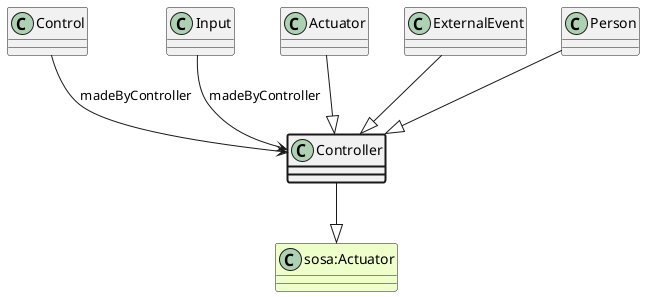
Above: ttl_uml/ttl_appn_Controller.png in aus-plant-phenomics-network/appn-schema (PlantUML), before the change.
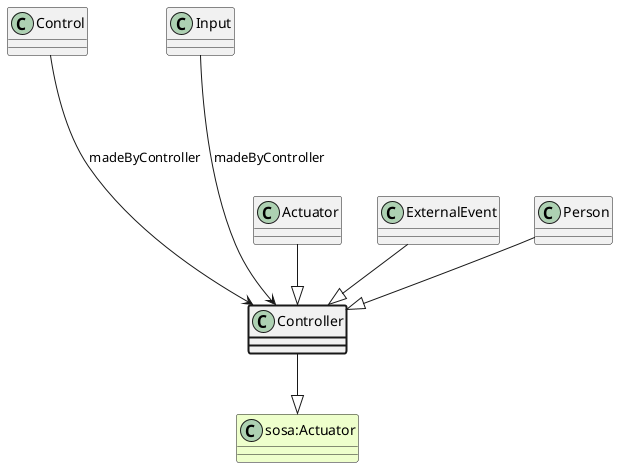
After the change.

What changed in the source:
```diff
@@ -3,9 +3,9 @@
 class "sosa:Actuator" #EEFFCC
 Controller --|> "sosa:Actuator"
 class Control
-Control --> Controller : madeByController
+Control ----> Controller : madeByController
 class Input
-Input --> Controller : madeByController
+Input ----> Controller : madeByController
 class Actuator
 Actuator --|> Controller
 class ExternalEvent
```
